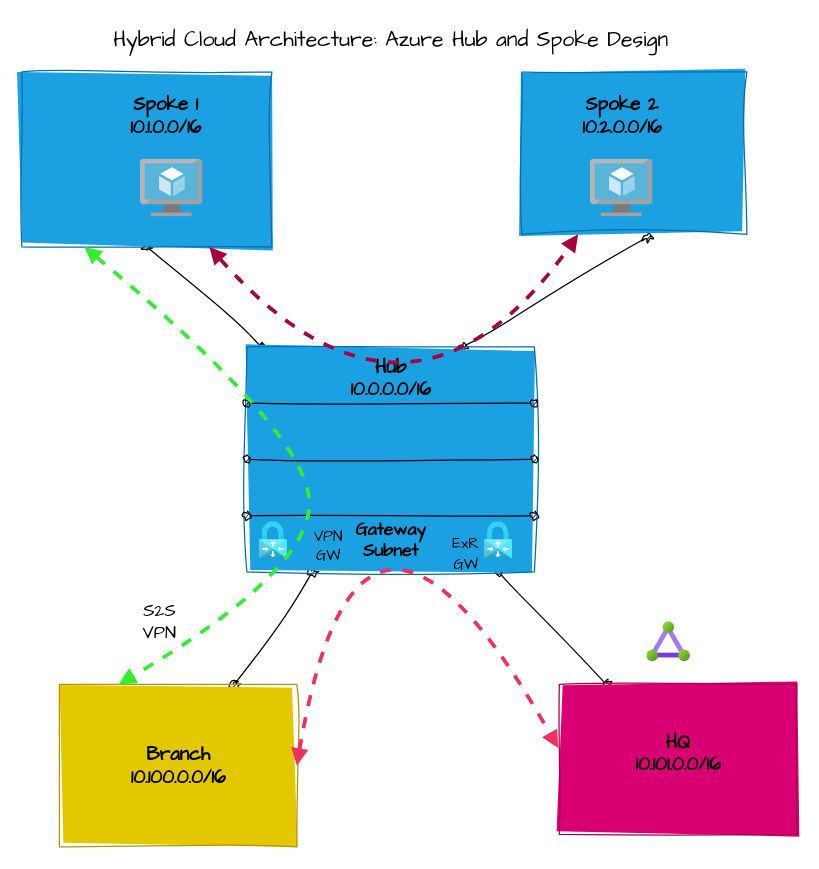
This is page "Single-Region" (1 of 2) of azure-networking/demo.drawio from axsion/Architecture, a draw.io file, before an edit. Source tidied: cells renumbered, new cells numbered last; positions are measured from the earlier drawing's top-left corner, leaving out a move shared by most shapes. Both pictures are drawn from the tidied source at 125%, with x=0, y=0 at pixel (21, 21).
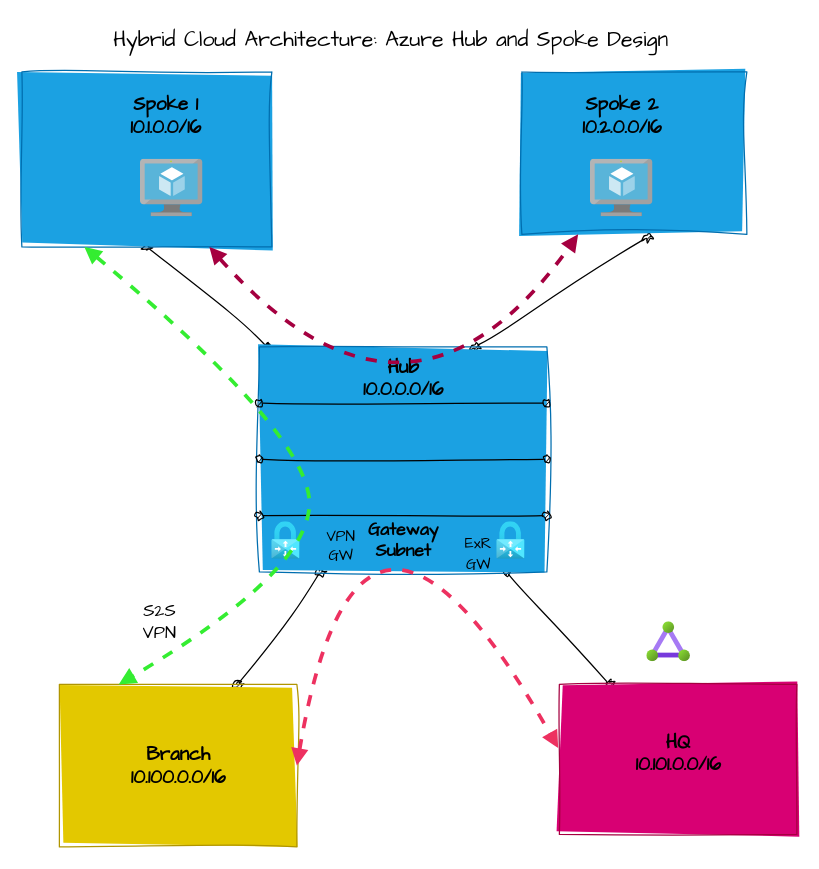
The same page after the edit.

Commit message:
add scratchpad vnet

Unchanged cells that the change refers to:
```xml
<mxCell id="5" style="whiteSpace=wrap;html=1;rounded=0;sketch=1;curveFitting=1;jiggle=2;disableMultiStroke=1;fillColor=#d80073;fontColor=#ffffff;strokeColor=#A50040;fillStyle=solid;" parent="3" vertex="1">
  <mxGeometry x="430" y="530" width="190" height="120" as="geometry" />
</mxCell>
<mxCell id="10" style="whiteSpace=wrap;html=1;rounded=0;sketch=1;curveFitting=1;jiggle=2;disableMultiStroke=1;fillStyle=solid;fillColor=#e3c800;fontColor=#000000;strokeColor=#B09500;" parent="8" vertex="1">
  <mxGeometry x="30" y="530" width="190" height="130" as="geometry" />
</mxCell>
<mxCell id="26" style="rounded=0;whiteSpace=wrap;html=1;sketch=1;curveFitting=1;jiggle=2;disableMultiStroke=1;fillStyle=solid;fillColor=#1ba1e2;fontColor=#ffffff;strokeColor=#006EAF;" parent="13" vertex="1">
  <mxGeometry x="400" y="40" width="180" height="130" as="geometry" />
</mxCell>
<mxCell id="28" style="rounded=0;whiteSpace=wrap;html=1;sketch=1;curveFitting=1;jiggle=2;disableMultiStroke=1;fillStyle=solid;fillColor=#1ba1e2;fontColor=#ffffff;strokeColor=#006EAF;" parent="13" vertex="1">
  <mxGeometry y="40" width="200" height="140" as="geometry" />
</mxCell>
```

Change to the diagram source:
```diff
@@
     <mxCell id="16" style="rounded=0;whiteSpace=wrap;html=1;sketch=1;curveFitting=1;jiggle=2;disableMultiStroke=1;fillStyle=solid;fillColor=#1ba1e2;fontColor=#ffffff;strokeColor=#006EAF;" parent="13" vertex="1">
-      <mxGeometry x="180" y="260" width="230" height="180" as="geometry" />
+      <mxGeometry x="190" y="260" width="230" height="180" as="geometry" />
     </mxCell>
     <mxCell id="17" value="&lt;font size=&quot;1&quot; face=&quot;Comic Sans MS&quot;&gt;&lt;b style=&quot;font-size: 14px;&quot;&gt;Gateway &lt;br&gt;Subnet&lt;/b&gt;&lt;/font&gt;" style="text;html=1;align=center;verticalAlign=middle;strokeColor=none;fillColor=none;" parent="13" vertex="1">
-      <mxGeometry x="255" y="390" width="80" height="50" as="geometry" />
+      <mxGeometry x="265" y="390" width="80" height="50" as="geometry" />
     </mxCell>
     <mxCell id="18" style="html=1;align=center;image;fontSize=12;image=img/lib/azure2/networking/Virtual_Network_Gateways.svg;fillStyle=solid;fontFamily=Comic Sans MS;" parent="13" vertex="1">
-      <mxGeometry x="190" y="400" width="22.6" height="30" as="geometry" />
+      <mxGeometry x="200" y="400" width="22.6" height="30" as="geometry" />
     </mxCell>
@@
     <mxCell id="20" value="&lt;font style=&quot;font-size: 15px;&quot; face=&quot;Comic Sans MS&quot;&gt;&lt;b&gt;Hub&lt;br&gt;10.0.0.0/16&lt;/b&gt;&lt;/font&gt;" style="text;html=1;align=center;verticalAlign=middle;strokeColor=none;fillColor=none;" parent="13" vertex="1">
-      <mxGeometry x="240" y="260" width="110" height="50" as="geometry" />
+      <mxGeometry x="250" y="260" width="110" height="50" as="geometry" />
     </mxCell>
@@
     <mxCell id="23" style="html=1;align=center;image;fontSize=12;image=img/lib/azure2/networking/Virtual_Network_Gateways.svg;fillStyle=solid;fontFamily=Comic Sans MS;" parent="13" vertex="1">
-      <mxGeometry x="370" y="400" width="22.6" height="30" as="geometry" />
+      <mxGeometry x="380" y="400" width="22.6" height="30" as="geometry" />
     </mxCell>
     <mxCell id="24" value="&lt;font style=&quot;font-size: 12px;&quot;&gt;ExR&lt;br&gt;GW&lt;/font&gt;" style="text;html=1;align=center;verticalAlign=middle;strokeColor=none;fillColor=none;fontSize=14;fontFamily=Comic Sans MS;" parent="13" vertex="1">
-      <mxGeometry x="330" y="400" width="50" height="50" as="geometry" />
+      <mxGeometry x="340" y="400" width="50" height="50" as="geometry" />
     </mxCell>
     <mxCell id="25" value="VPN&lt;br&gt;GW" style="text;html=1;align=center;verticalAlign=middle;strokeColor=none;fillColor=none;fontSize=12;fontFamily=Comic Sans MS;" parent="13" vertex="1">
-      <mxGeometry x="220" y="400" width="50" height="40" as="geometry" />
+      <mxGeometry x="230" y="400" width="50" height="40" as="geometry" />
     </mxCell>
@@
-    <mxCell id="34" style="edgeStyle=none;curved=1;sketch=0;disableMultiStroke=1;html=1;exitX=0.75;exitY=1;exitDx=0;exitDy=0;entryX=0.25;entryY=1;entryDx=0;entryDy=0;dashed=1;strokeColor=#A50040;strokeWidth=3;fontFamily=Comic Sans MS;fontSize=17;startArrow=block;startFill=1;endArrow=block;endFill=1;fillColor=#d80073;flowAnimation=1;" parent="32" edge="1" source="28" target="26">
+    <mxCell id="34" style="edgeStyle=none;curved=1;sketch=0;disableMultiStroke=1;html=1;exitX=0.75;exitY=1;exitDx=0;exitDy=0;entryX=0.25;entryY=1;entryDx=0;entryDy=0;dashed=1;strokeColor=#A50040;strokeWidth=3;fontFamily=Comic Sans MS;fontSize=17;startArrow=block;startFill=1;endArrow=block;endFill=1;fillColor=#d80073;flowAnimation=0;" parent="32" edge="1" source="28" target="26">
       <mxGeometry relative="1" as="geometry">
         <Array as="points">
           <mxPoint x="310" y="360" />
         </Array>
       </mxGeometry>
     </mxCell>
-    <mxCell id="35" style="edgeStyle=none;curved=1;sketch=0;disableMultiStroke=1;html=1;exitX=1;exitY=0.5;exitDx=0;exitDy=0;dashed=1;strokeColor=#ed3160;strokeWidth=3;fontFamily=Comic Sans MS;fontSize=17;startArrow=block;startFill=1;endArrow=block;endFill=1;entryX=-0.005;entryY=0.425;entryDx=0;entryDy=0;entryPerimeter=0;flowAnimation=1;" parent="32" edge="1" source="10" target="5">
+    <mxCell id="35" style="edgeStyle=none;curved=1;sketch=0;disableMultiStroke=1;html=1;exitX=1;exitY=0.5;exitDx=0;exitDy=0;dashed=1;strokeColor=#ed3160;strokeWidth=3;fontFamily=Comic Sans MS;fontSize=17;startArrow=block;startFill=1;endArrow=block;endFill=1;entryX=-0.005;entryY=0.425;entryDx=0;entryDy=0;entryPerimeter=0;flowAnimation=0;" parent="32" edge="1" source="10" target="5">
       <mxGeometry relative="1" as="geometry">
         <Array as="points">
           <mxPoint x="270" y="300" />
         </Array>
       </mxGeometry>
     </mxCell>
```
